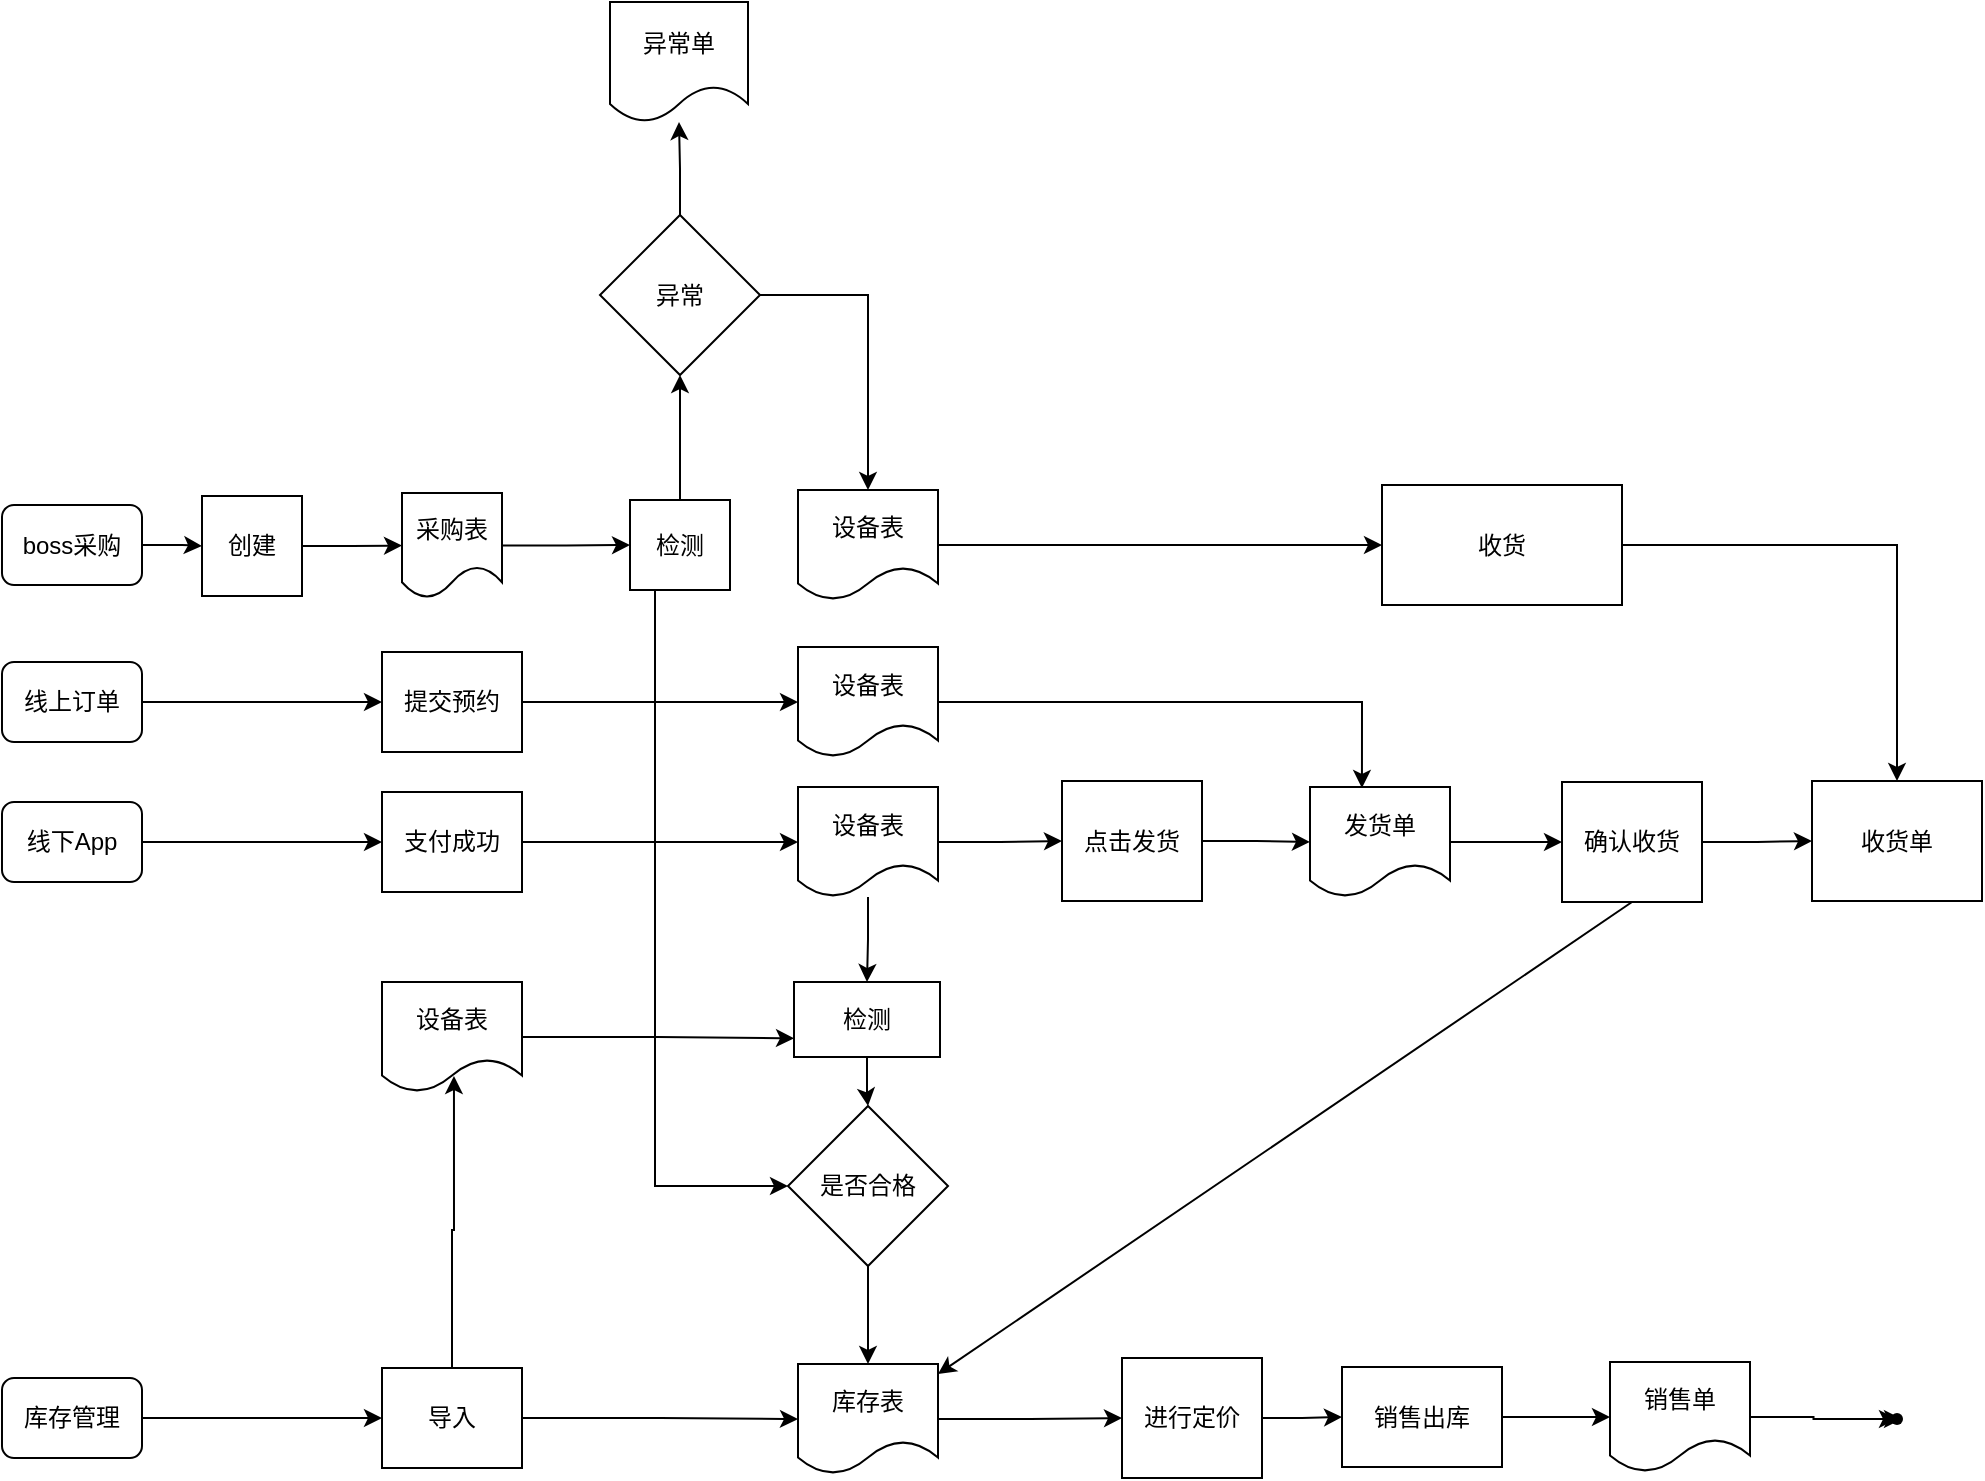
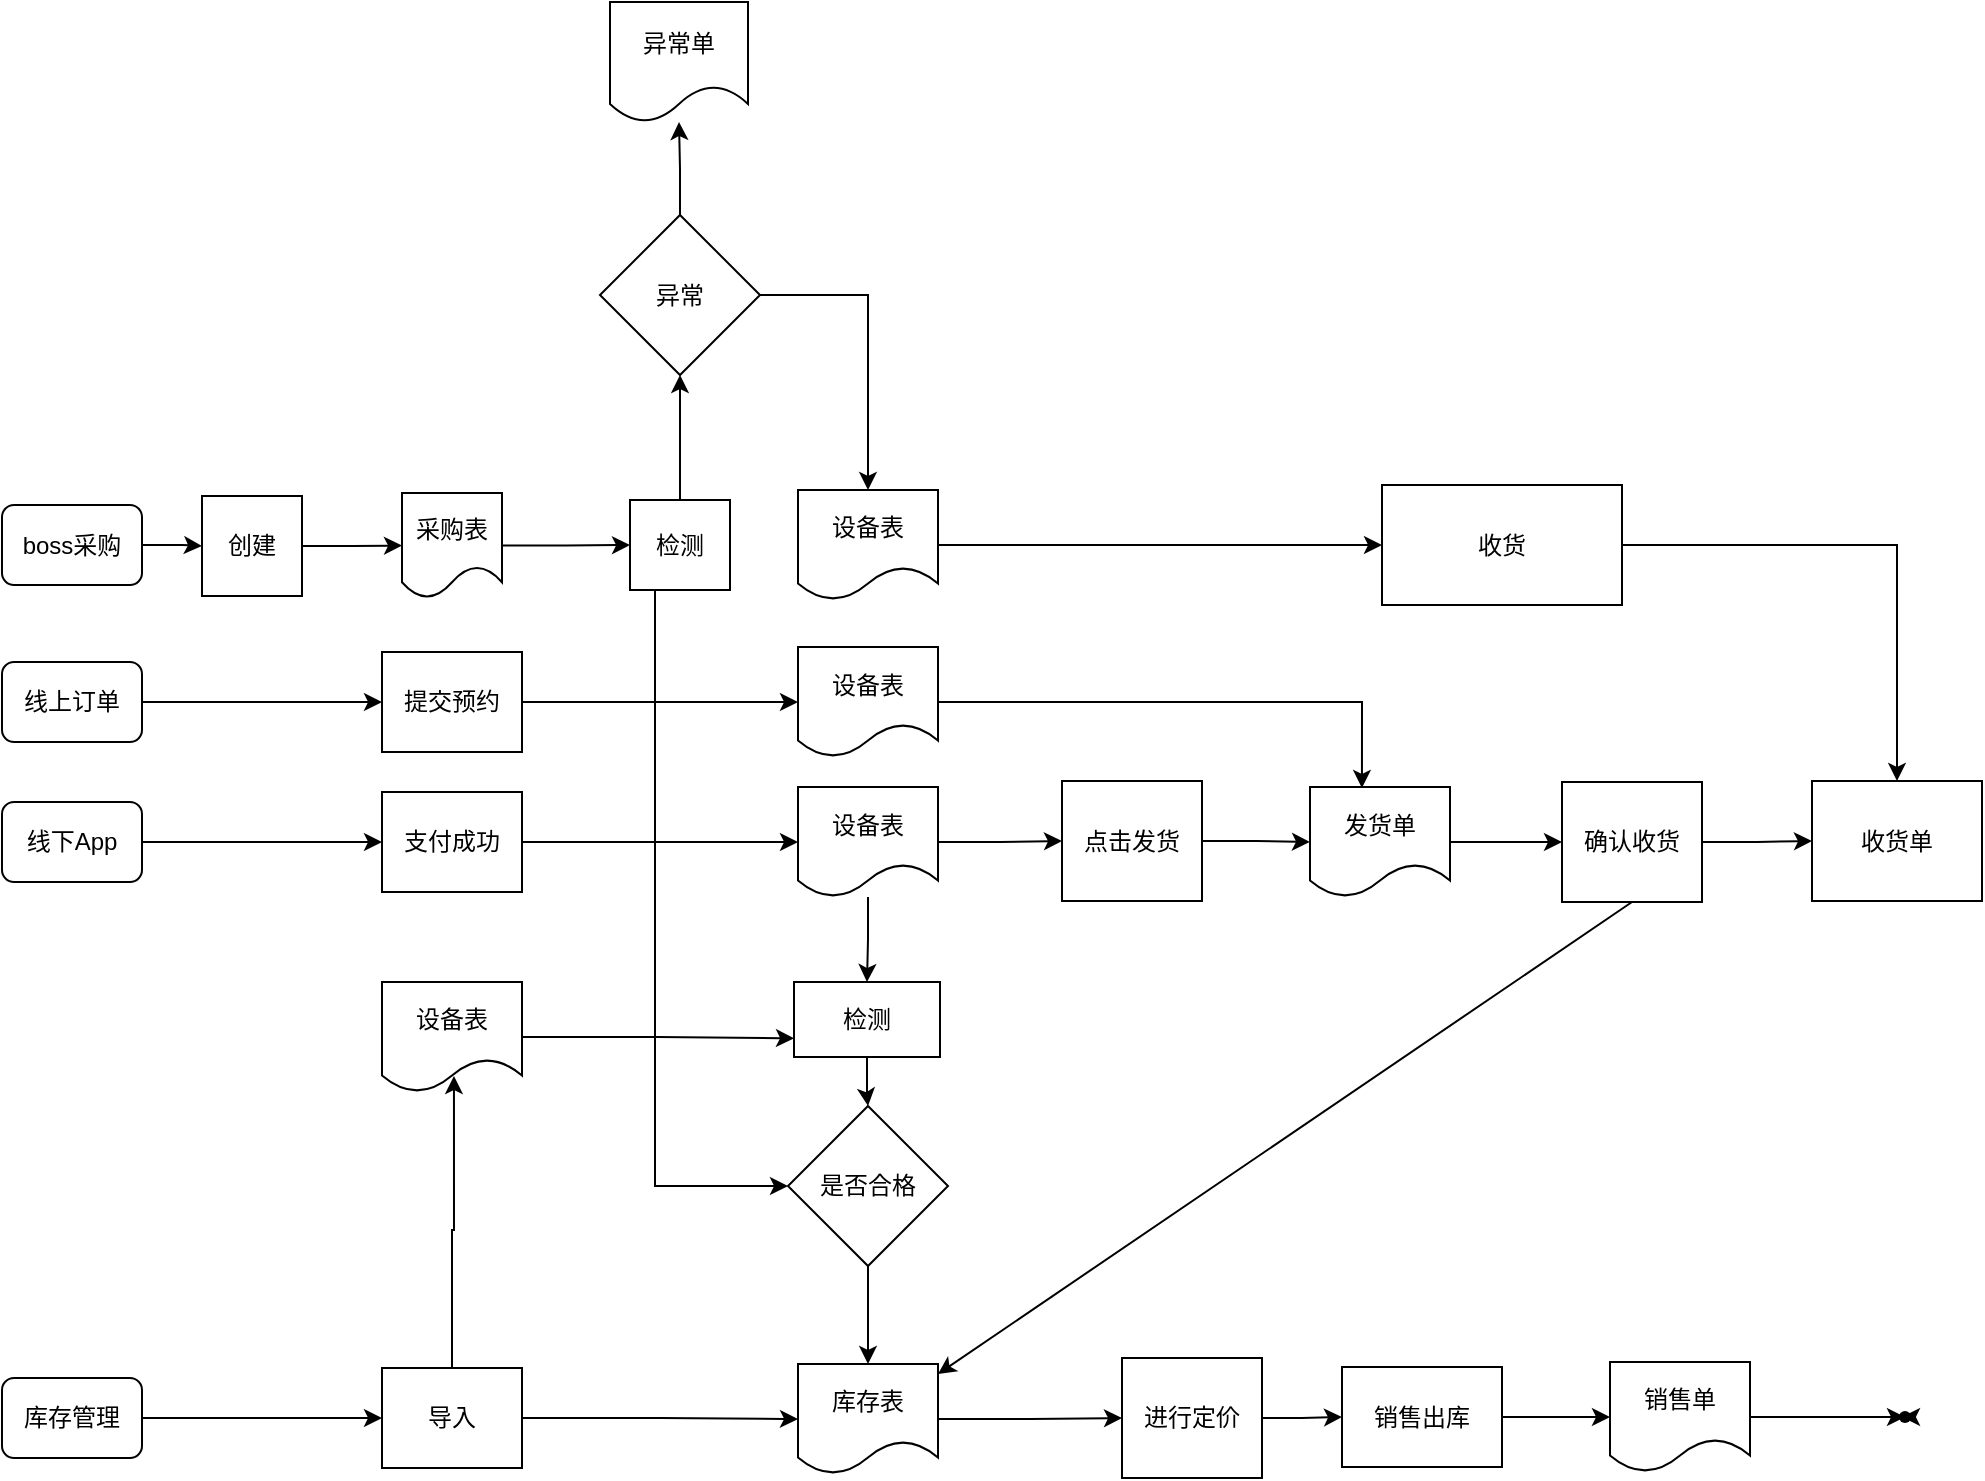
<mxfile host="app.diagrams.net">
  <diagram name="第 1 页" id="s3CgnVwbfZmktE_ADOAM">
    <mxGraphModel dx="1414" dy="1899" grid="1" gridSize="10" guides="1" tooltips="1" connect="1" arrows="1" fold="1" page="1" pageScale="1" pageWidth="827" pageHeight="1169" math="0" shadow="0">
      <root>
        <mxCell id="0" />
        <mxCell id="1" parent="0" />
        <mxCell id="9bAV4iDaCewVaVFpZhyE-6" edge="1" parent="1" source="9bAV4iDaCewVaVFpZhyE-1" style="edgeStyle=orthogonalEdgeStyle;rounded=0;orthogonalLoop=1;jettySize=auto;html=1;entryX=0;entryY=0.5;entryDx=0;entryDy=0;" target="9bAV4iDaCewVaVFpZhyE-5">
          <mxGeometry relative="1" as="geometry" />
        </mxCell>
        <mxCell id="9bAV4iDaCewVaVFpZhyE-1" parent="1" style="rounded=1;whiteSpace=wrap;html=1;" value="线上订单" vertex="1">
          <mxGeometry height="40" width="70" x="100" y="200" as="geometry" />
        </mxCell>
        <mxCell id="9bAV4iDaCewVaVFpZhyE-8" edge="1" parent="1" source="9bAV4iDaCewVaVFpZhyE-2" style="edgeStyle=orthogonalEdgeStyle;rounded=0;orthogonalLoop=1;jettySize=auto;html=1;entryX=0;entryY=0.5;entryDx=0;entryDy=0;" target="9bAV4iDaCewVaVFpZhyE-7">
          <mxGeometry relative="1" as="geometry" />
        </mxCell>
        <mxCell id="9bAV4iDaCewVaVFpZhyE-2" parent="1" style="rounded=1;whiteSpace=wrap;html=1;" value="线下App" vertex="1">
          <mxGeometry height="40" width="70" x="100" y="270" as="geometry" />
        </mxCell>
        <mxCell id="9bAV4iDaCewVaVFpZhyE-18" edge="1" parent="1" source="9bAV4iDaCewVaVFpZhyE-4" style="edgeStyle=orthogonalEdgeStyle;rounded=0;orthogonalLoop=1;jettySize=auto;html=1;entryX=0;entryY=0.5;entryDx=0;entryDy=0;" target="9bAV4iDaCewVaVFpZhyE-17">
          <mxGeometry relative="1" as="geometry" />
        </mxCell>
        <mxCell id="9bAV4iDaCewVaVFpZhyE-4" parent="1" style="rounded=1;whiteSpace=wrap;html=1;" value="boss采购" vertex="1">
          <mxGeometry height="40" width="70" x="100" y="121.5" as="geometry" />
        </mxCell>
        <mxCell id="9bAV4iDaCewVaVFpZhyE-13" edge="1" parent="1" source="9bAV4iDaCewVaVFpZhyE-5" style="edgeStyle=orthogonalEdgeStyle;rounded=0;orthogonalLoop=1;jettySize=auto;html=1;entryX=0;entryY=0.5;entryDx=0;entryDy=0;" target="9bAV4iDaCewVaVFpZhyE-10">
          <mxGeometry relative="1" as="geometry" />
        </mxCell>
        <mxCell id="9bAV4iDaCewVaVFpZhyE-5" parent="1" style="rounded=0;whiteSpace=wrap;html=1;" value="提交预约" vertex="1">
          <mxGeometry height="50" width="70" x="290" y="195" as="geometry" />
        </mxCell>
        <mxCell id="9bAV4iDaCewVaVFpZhyE-14" edge="1" parent="1" source="9bAV4iDaCewVaVFpZhyE-7" style="edgeStyle=orthogonalEdgeStyle;rounded=0;orthogonalLoop=1;jettySize=auto;html=1;entryX=0;entryY=0.5;entryDx=0;entryDy=0;" target="9bAV4iDaCewVaVFpZhyE-11">
          <mxGeometry relative="1" as="geometry" />
        </mxCell>
        <mxCell id="9bAV4iDaCewVaVFpZhyE-7" parent="1" style="rounded=0;whiteSpace=wrap;html=1;" value="支付成功" vertex="1">
          <mxGeometry height="50" width="70" x="290" y="265" as="geometry" />
        </mxCell>
        <mxCell id="GVKssT9AvyQaVMVPeHK4-17" edge="1" parent="1" source="9bAV4iDaCewVaVFpZhyE-9" style="edgeStyle=orthogonalEdgeStyle;rounded=0;orthogonalLoop=1;jettySize=auto;html=1;entryX=0;entryY=0.5;entryDx=0;entryDy=0;exitX=0.25;exitY=1;exitDx=0;exitDy=0;" target="GVKssT9AvyQaVMVPeHK4-10">
          <mxGeometry relative="1" as="geometry">
            <mxPoint x="413.5" y="161.5" as="sourcePoint" />
            <mxPoint x="438.5" y="482" as="targetPoint" />
          </mxGeometry>
        </mxCell>
        <mxCell id="GVKssT9AvyQaVMVPeHK4-57" edge="1" parent="1" source="9bAV4iDaCewVaVFpZhyE-9" style="edgeStyle=orthogonalEdgeStyle;rounded=0;orthogonalLoop=1;jettySize=auto;html=1;" target="GVKssT9AvyQaVMVPeHK4-56" value="">
          <mxGeometry relative="1" as="geometry" />
        </mxCell>
        <mxCell id="9bAV4iDaCewVaVFpZhyE-9" parent="1" style="rounded=0;whiteSpace=wrap;html=1;" value="检测" vertex="1">
          <mxGeometry height="45" width="50" x="414" y="119" as="geometry" />
        </mxCell>
        <mxCell id="9bAV4iDaCewVaVFpZhyE-10" parent="1" style="shape=document;whiteSpace=wrap;html=1;boundedLbl=1;" value="设备表" vertex="1">
          <mxGeometry height="55" width="70" x="498" y="192.5" as="geometry" />
        </mxCell>
        <mxCell id="GVKssT9AvyQaVMVPeHK4-16" edge="1" parent="1" source="9bAV4iDaCewVaVFpZhyE-11" style="edgeStyle=orthogonalEdgeStyle;rounded=0;orthogonalLoop=1;jettySize=auto;html=1;entryX=0.5;entryY=0;entryDx=0;entryDy=0;" target="GVKssT9AvyQaVMVPeHK4-11">
          <mxGeometry relative="1" as="geometry" />
        </mxCell>
        <mxCell id="GVKssT9AvyQaVMVPeHK4-46" edge="1" parent="1" source="9bAV4iDaCewVaVFpZhyE-11" style="edgeStyle=orthogonalEdgeStyle;rounded=0;orthogonalLoop=1;jettySize=auto;html=1;entryX=0;entryY=0.5;entryDx=0;entryDy=0;" target="GVKssT9AvyQaVMVPeHK4-45">
          <mxGeometry relative="1" as="geometry" />
        </mxCell>
        <mxCell id="9bAV4iDaCewVaVFpZhyE-11" parent="1" style="shape=document;whiteSpace=wrap;html=1;boundedLbl=1;" value="设备表" vertex="1">
          <mxGeometry height="55" width="70" x="498" y="262.5" as="geometry" />
        </mxCell>
        <mxCell id="GVKssT9AvyQaVMVPeHK4-54" edge="1" parent="1" source="9bAV4iDaCewVaVFpZhyE-12" style="edgeStyle=orthogonalEdgeStyle;rounded=0;orthogonalLoop=1;jettySize=auto;html=1;" target="GVKssT9AvyQaVMVPeHK4-53" value="">
          <mxGeometry relative="1" as="geometry" />
        </mxCell>
        <mxCell id="9bAV4iDaCewVaVFpZhyE-12" parent="1" style="shape=document;whiteSpace=wrap;html=1;boundedLbl=1;" value="设备表" vertex="1">
          <mxGeometry height="55" width="70" x="498" y="114" as="geometry" />
        </mxCell>
        <mxCell id="9bAV4iDaCewVaVFpZhyE-20" edge="1" parent="1" source="9bAV4iDaCewVaVFpZhyE-17" style="edgeStyle=orthogonalEdgeStyle;rounded=0;orthogonalLoop=1;jettySize=auto;html=1;entryX=0;entryY=0.5;entryDx=0;entryDy=0;" target="9bAV4iDaCewVaVFpZhyE-19">
          <mxGeometry relative="1" as="geometry" />
        </mxCell>
        <mxCell id="9bAV4iDaCewVaVFpZhyE-17" parent="1" style="rounded=0;whiteSpace=wrap;html=1;" value="创建" vertex="1">
          <mxGeometry height="50" width="50" x="200" y="117" as="geometry" />
        </mxCell>
        <mxCell id="9bAV4iDaCewVaVFpZhyE-21" edge="1" parent="1" source="9bAV4iDaCewVaVFpZhyE-19" style="edgeStyle=orthogonalEdgeStyle;rounded=0;orthogonalLoop=1;jettySize=auto;html=1;entryX=0;entryY=0.5;entryDx=0;entryDy=0;" target="9bAV4iDaCewVaVFpZhyE-9">
          <mxGeometry relative="1" as="geometry" />
        </mxCell>
        <mxCell id="9bAV4iDaCewVaVFpZhyE-19" parent="1" style="shape=document;whiteSpace=wrap;html=1;boundedLbl=1;" value="采购表" vertex="1">
          <mxGeometry height="52.5" width="50" x="300" y="115.5" as="geometry" />
        </mxCell>
        <mxCell id="GVKssT9AvyQaVMVPeHK4-5" edge="1" parent="1" source="GVKssT9AvyQaVMVPeHK4-11" style="edgeStyle=orthogonalEdgeStyle;rounded=0;orthogonalLoop=1;jettySize=auto;html=1;entryX=0.5;entryY=0;entryDx=0;entryDy=0;" target="GVKssT9AvyQaVMVPeHK4-10" value="">
          <mxGeometry relative="1" as="geometry">
            <mxPoint x="780" y="252.5" as="sourcePoint" />
            <mxPoint x="700" y="370" as="targetPoint" />
          </mxGeometry>
        </mxCell>
        <mxCell id="GVKssT9AvyQaVMVPeHK4-12" edge="1" parent="1" source="GVKssT9AvyQaVMVPeHK4-10" style="edgeStyle=orthogonalEdgeStyle;rounded=0;orthogonalLoop=1;jettySize=auto;html=1;entryX=0.5;entryY=0;entryDx=0;entryDy=0;" target="GVKssT9AvyQaVMVPeHK4-13" value="">
          <mxGeometry relative="1" as="geometry">
            <mxPoint x="950" y="251.29999999999995" as="targetPoint" />
          </mxGeometry>
        </mxCell>
        <mxCell id="GVKssT9AvyQaVMVPeHK4-10" parent="1" style="rhombus;whiteSpace=wrap;html=1;" value="是否合格" vertex="1">
          <mxGeometry height="80" width="80" x="493" y="422" as="geometry" />
        </mxCell>
        <mxCell id="GVKssT9AvyQaVMVPeHK4-11" parent="1" style="rounded=0;whiteSpace=wrap;html=1;" value="&lt;span style=&quot;text-align: left;&quot;&gt;检测&lt;/span&gt;" vertex="1">
          <mxGeometry height="37.5" width="73" x="496" y="360" as="geometry" />
        </mxCell>
        <mxCell id="GVKssT9AvyQaVMVPeHK4-60" edge="1" parent="1" source="GVKssT9AvyQaVMVPeHK4-13" style="edgeStyle=orthogonalEdgeStyle;rounded=0;orthogonalLoop=1;jettySize=auto;html=1;" target="GVKssT9AvyQaVMVPeHK4-19" value="">
          <mxGeometry relative="1" as="geometry" />
        </mxCell>
        <mxCell id="GVKssT9AvyQaVMVPeHK4-13" parent="1" style="shape=document;whiteSpace=wrap;html=1;boundedLbl=1;" value="库存表" vertex="1">
          <mxGeometry height="55" width="70" x="498" y="551" as="geometry" />
        </mxCell>
        <mxCell id="GVKssT9AvyQaVMVPeHK4-22" edge="1" parent="1" source="GVKssT9AvyQaVMVPeHK4-19" style="edgeStyle=orthogonalEdgeStyle;rounded=0;orthogonalLoop=1;jettySize=auto;html=1;" target="GVKssT9AvyQaVMVPeHK4-21" value="">
          <mxGeometry relative="1" as="geometry" />
        </mxCell>
        <mxCell id="GVKssT9AvyQaVMVPeHK4-19" parent="1" style="rounded=0;whiteSpace=wrap;html=1;" value="进行定价" vertex="1">
          <mxGeometry height="60" width="70" x="660" y="548" as="geometry" />
        </mxCell>
        <mxCell id="GVKssT9AvyQaVMVPeHK4-25" edge="1" parent="1" source="GVKssT9AvyQaVMVPeHK4-21" style="edgeStyle=orthogonalEdgeStyle;rounded=0;orthogonalLoop=1;jettySize=auto;html=1;" target="GVKssT9AvyQaVMVPeHK4-24" value="">
          <mxGeometry relative="1" as="geometry" />
        </mxCell>
        <mxCell id="GVKssT9AvyQaVMVPeHK4-21" parent="1" style="whiteSpace=wrap;html=1;rounded=0;" value="销售出库" vertex="1">
          <mxGeometry height="50" width="80" x="770" y="552.5" as="geometry" />
        </mxCell>
        <mxCell id="GVKssT9AvyQaVMVPeHK4-62" edge="1" parent="1" source="GVKssT9AvyQaVMVPeHK4-61" style="edgeStyle=orthogonalEdgeStyle;rounded=0;orthogonalLoop=1;jettySize=auto;html=1;" value="">
          <mxGeometry relative="1" as="geometry">
            <mxPoint x="1050" y="578" as="targetPoint" />
          </mxGeometry>
        </mxCell>
        <mxCell id="GVKssT9AvyQaVMVPeHK4-24" parent="1" style="shape=document;whiteSpace=wrap;html=1;boundedLbl=1;" value="销售单" vertex="1">
          <mxGeometry height="55" width="70" x="904" y="550" as="geometry" />
        </mxCell>
        <mxCell id="GVKssT9AvyQaVMVPeHK4-50" edge="1" parent="1" source="GVKssT9AvyQaVMVPeHK4-26" style="edgeStyle=orthogonalEdgeStyle;rounded=0;orthogonalLoop=1;jettySize=auto;html=1;" target="GVKssT9AvyQaVMVPeHK4-49" value="">
          <mxGeometry relative="1" as="geometry" />
        </mxCell>
        <mxCell id="GVKssT9AvyQaVMVPeHK4-26" parent="1" style="shape=document;whiteSpace=wrap;html=1;boundedLbl=1;" value="发货单" vertex="1">
          <mxGeometry height="55" width="70" x="754" y="262.5" as="geometry" />
        </mxCell>
        <mxCell id="GVKssT9AvyQaVMVPeHK4-30" edge="1" parent="1" source="9bAV4iDaCewVaVFpZhyE-2" style="edgeStyle=orthogonalEdgeStyle;rounded=0;orthogonalLoop=1;jettySize=auto;html=1;exitX=0.5;exitY=1;exitDx=0;exitDy=0;" target="9bAV4iDaCewVaVFpZhyE-2">
          <mxGeometry relative="1" as="geometry" />
        </mxCell>
        <mxCell id="GVKssT9AvyQaVMVPeHK4-31" edge="1" parent="1" style="edgeStyle=orthogonalEdgeStyle;rounded=0;orthogonalLoop=1;jettySize=auto;html=1;exitX=0.5;exitY=1;exitDx=0;exitDy=0;">
          <mxGeometry relative="1" as="geometry">
            <mxPoint x="200" y="390" as="sourcePoint" />
            <mxPoint x="200" y="390" as="targetPoint" />
          </mxGeometry>
        </mxCell>
        <mxCell id="GVKssT9AvyQaVMVPeHK4-34" edge="1" parent="1" source="GVKssT9AvyQaVMVPeHK4-32" style="edgeStyle=orthogonalEdgeStyle;rounded=0;orthogonalLoop=1;jettySize=auto;html=1;entryX=0;entryY=0.5;entryDx=0;entryDy=0;" target="GVKssT9AvyQaVMVPeHK4-33">
          <mxGeometry relative="1" as="geometry" />
        </mxCell>
        <mxCell id="GVKssT9AvyQaVMVPeHK4-32" parent="1" style="rounded=1;whiteSpace=wrap;html=1;" value="库存管理" vertex="1">
          <mxGeometry height="40" width="70" x="100" y="558" as="geometry" />
        </mxCell>
        <mxCell id="GVKssT9AvyQaVMVPeHK4-35" edge="1" parent="1" source="GVKssT9AvyQaVMVPeHK4-33" style="edgeStyle=orthogonalEdgeStyle;rounded=0;orthogonalLoop=1;jettySize=auto;html=1;entryX=0;entryY=0.5;entryDx=0;entryDy=0;" target="GVKssT9AvyQaVMVPeHK4-13">
          <mxGeometry relative="1" as="geometry" />
        </mxCell>
        <mxCell id="GVKssT9AvyQaVMVPeHK4-33" parent="1" style="rounded=0;whiteSpace=wrap;html=1;" value="导入" vertex="1">
          <mxGeometry height="50" width="70" x="290" y="553" as="geometry" />
        </mxCell>
        <mxCell id="GVKssT9AvyQaVMVPeHK4-39" edge="1" parent="1" style="edgeStyle=orthogonalEdgeStyle;rounded=0;orthogonalLoop=1;jettySize=auto;html=1;exitX=0.5;exitY=1;exitDx=0;exitDy=0;">
          <mxGeometry relative="1" as="geometry">
            <mxPoint x="135" y="599" as="sourcePoint" />
            <mxPoint x="135" y="599" as="targetPoint" />
          </mxGeometry>
        </mxCell>
        <mxCell id="GVKssT9AvyQaVMVPeHK4-42" edge="1" parent="1" source="GVKssT9AvyQaVMVPeHK4-40" style="edgeStyle=orthogonalEdgeStyle;rounded=0;orthogonalLoop=1;jettySize=auto;html=1;entryX=0;entryY=0.75;entryDx=0;entryDy=0;" target="GVKssT9AvyQaVMVPeHK4-11">
          <mxGeometry relative="1" as="geometry" />
        </mxCell>
        <mxCell id="GVKssT9AvyQaVMVPeHK4-40" parent="1" style="shape=document;whiteSpace=wrap;html=1;boundedLbl=1;" value="设备表" vertex="1">
          <mxGeometry height="55" width="70" x="290" y="360" as="geometry" />
        </mxCell>
        <mxCell id="GVKssT9AvyQaVMVPeHK4-41" edge="1" parent="1" source="GVKssT9AvyQaVMVPeHK4-33" style="edgeStyle=orthogonalEdgeStyle;rounded=0;orthogonalLoop=1;jettySize=auto;html=1;entryX=0.514;entryY=0.855;entryDx=0;entryDy=0;entryPerimeter=0;" target="GVKssT9AvyQaVMVPeHK4-40">
          <mxGeometry relative="1" as="geometry" />
        </mxCell>
        <mxCell id="GVKssT9AvyQaVMVPeHK4-47" edge="1" parent="1" source="GVKssT9AvyQaVMVPeHK4-45" style="edgeStyle=orthogonalEdgeStyle;rounded=0;orthogonalLoop=1;jettySize=auto;html=1;entryX=0;entryY=0.5;entryDx=0;entryDy=0;" target="GVKssT9AvyQaVMVPeHK4-26">
          <mxGeometry relative="1" as="geometry" />
        </mxCell>
        <mxCell id="GVKssT9AvyQaVMVPeHK4-45" parent="1" style="rounded=0;whiteSpace=wrap;html=1;" value="点击发货" vertex="1">
          <mxGeometry height="60" width="70" x="630" y="259.5" as="geometry" />
        </mxCell>
        <mxCell id="GVKssT9AvyQaVMVPeHK4-48" edge="1" parent="1" source="9bAV4iDaCewVaVFpZhyE-10" style="edgeStyle=orthogonalEdgeStyle;rounded=0;orthogonalLoop=1;jettySize=auto;html=1;entryX=0.371;entryY=0.009;entryDx=0;entryDy=0;entryPerimeter=0;" target="GVKssT9AvyQaVMVPeHK4-26">
          <mxGeometry relative="1" as="geometry" />
        </mxCell>
        <mxCell id="GVKssT9AvyQaVMVPeHK4-52" edge="1" parent="1" source="GVKssT9AvyQaVMVPeHK4-49" style="edgeStyle=orthogonalEdgeStyle;rounded=0;orthogonalLoop=1;jettySize=auto;html=1;" target="GVKssT9AvyQaVMVPeHK4-51" value="">
          <mxGeometry relative="1" as="geometry" />
        </mxCell>
        <mxCell id="GVKssT9AvyQaVMVPeHK4-49" parent="1" style="whiteSpace=wrap;html=1;" value="确认收货" vertex="1">
          <mxGeometry height="60" width="70" x="880" y="260" as="geometry" />
        </mxCell>
        <mxCell id="GVKssT9AvyQaVMVPeHK4-51" parent="1" style="whiteSpace=wrap;html=1;" value="收货单" vertex="1">
          <mxGeometry height="60" width="85" x="1005" y="259.5" as="geometry" />
        </mxCell>
        <mxCell id="GVKssT9AvyQaVMVPeHK4-55" edge="1" parent="1" source="GVKssT9AvyQaVMVPeHK4-53" style="edgeStyle=orthogonalEdgeStyle;rounded=0;orthogonalLoop=1;jettySize=auto;html=1;entryX=0.5;entryY=0;entryDx=0;entryDy=0;" target="GVKssT9AvyQaVMVPeHK4-51">
          <mxGeometry relative="1" as="geometry" />
        </mxCell>
        <mxCell id="GVKssT9AvyQaVMVPeHK4-53" parent="1" style="whiteSpace=wrap;html=1;" value="收货" vertex="1">
          <mxGeometry height="60" width="120" x="790" y="111.5" as="geometry" />
        </mxCell>
        <mxCell id="GVKssT9AvyQaVMVPeHK4-59" edge="1" parent="1" source="GVKssT9AvyQaVMVPeHK4-56" style="edgeStyle=orthogonalEdgeStyle;rounded=0;orthogonalLoop=1;jettySize=auto;html=1;" target="GVKssT9AvyQaVMVPeHK4-58" value="">
          <mxGeometry relative="1" as="geometry" />
        </mxCell>
        <mxCell id="GVKssT9AvyQaVMVPeHK4-66" edge="1" parent="1" source="GVKssT9AvyQaVMVPeHK4-56" style="edgeStyle=orthogonalEdgeStyle;rounded=0;orthogonalLoop=1;jettySize=auto;html=1;" target="9bAV4iDaCewVaVFpZhyE-12">
          <mxGeometry relative="1" as="geometry" />
        </mxCell>
        <mxCell id="GVKssT9AvyQaVMVPeHK4-56" parent="1" style="rhombus;whiteSpace=wrap;html=1;rounded=0;" value="异常" vertex="1">
          <mxGeometry height="80" width="80" x="399" y="-23.5" as="geometry" />
        </mxCell>
        <mxCell id="GVKssT9AvyQaVMVPeHK4-58" parent="1" style="shape=document;whiteSpace=wrap;html=1;boundedLbl=1;rounded=0;" value="异常单" vertex="1">
          <mxGeometry height="60" width="69" x="404" y="-130" as="geometry" />
        </mxCell>
        <mxCell id="GVKssT9AvyQaVMVPeHK4-64" edge="1" parent="1" source="GVKssT9AvyQaVMVPeHK4-49" style="rounded=0;orthogonalLoop=1;jettySize=auto;html=1;entryX=1;entryY=0.091;entryDx=0;entryDy=0;entryPerimeter=0;exitX=0.5;exitY=1;exitDx=0;exitDy=0;" target="GVKssT9AvyQaVMVPeHK4-13">
          <mxGeometry relative="1" as="geometry">
            <mxPoint x="974" y="320.02" as="sourcePoint" />
            <mxPoint x="623.99" y="553" as="targetPoint" />
          </mxGeometry>
        </mxCell>
        <mxCell id="GVKssT9AvyQaVMVPeHK4-65" edge="1" parent="1" source="GVKssT9AvyQaVMVPeHK4-24" style="edgeStyle=orthogonalEdgeStyle;rounded=0;orthogonalLoop=1;jettySize=auto;html=1;" target="GVKssT9AvyQaVMVPeHK4-61" value="">
          <mxGeometry relative="1" as="geometry">
            <mxPoint x="974" y="578" as="sourcePoint" />
            <mxPoint x="1050" y="578" as="targetPoint" />
          </mxGeometry>
        </mxCell>
        <mxCell id="GVKssT9AvyQaVMVPeHK4-61" parent="1" style="shape=waypoint;sketch=0;size=6;pointerEvents=1;points=[];fillColor=default;resizable=0;rotatable=0;perimeter=centerPerimeter;snapToPoint=1;" value="" vertex="1">
-           <mxGeometry height="20" width="20" x="1037.5" y="568.5" as="geometry" />
+           <mxGeometry height="20" width="20" x="1041.5" y="567.5" as="geometry" />
        </mxCell>
      </root>
    </mxGraphModel>
  </diagram>
</mxfile>
